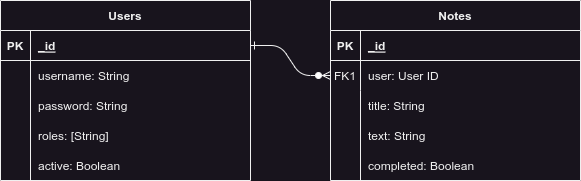
Earlier version of the draw.io export public/images/Meganote ERD.png (hoanglechau/meganote-be). Source tidied: cells renumbered, new cells last; positions are measured from the earlier drawing's top-left corner, leaving out a move shared by most shapes.
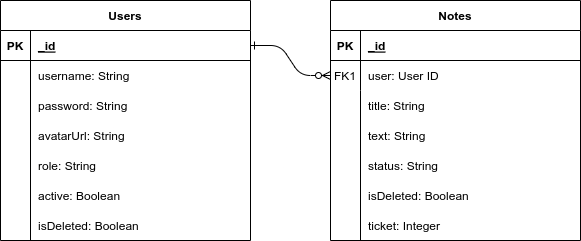
The same file after the commit.

What changed in the source:
```diff
@@ -6,7 +6,7 @@
       <mxGeometry relative="1" as="geometry" />
     </mxCell>
     <mxCell id="3" value="Notes" style="shape=table;startSize=30;rowLines=0;fontStyle=1;align=center;" parent="1" vertex="1">
-      <mxGeometry x="330" width="250" height="180" as="geometry" />
+      <mxGeometry x="330" width="250" height="240" as="geometry" />
     </mxCell>
     <mxCell id="4" style="shape=partialRectangle;fillColor=none;top=0;left=0;right=0;bottom=1;" parent="3" vertex="1">
       <mxGeometry y="30" width="250" height="30" as="geometry" />
@@ -27,16 +27,16 @@
       <mxGeometry x="30" width="220" height="30" as="geometry" />
     </mxCell>
     <mxCell id="10" style="shape=partialRectangle;fillColor=none;top=0;left=0;right=0;bottom=0;" parent="3" vertex="1">
-      <mxGeometry y="90" width="250" height="90" as="geometry" />
+      <mxGeometry y="90" width="250" height="150" as="geometry" />
     </mxCell>
     <mxCell id="11" style="shape=partialRectangle;overflow=hidden;fillColor=none;top=0;left=0;bottom=0;right=0;" parent="10" vertex="1">
-      <mxGeometry width="30" height="90" as="geometry" />
+      <mxGeometry width="30" height="150" as="geometry" />
     </mxCell>
     <mxCell id="12" style="shape=partialRectangle;overflow=hidden;fillColor=none;top=0;left=0;bottom=0;right=0;align=left;spacingLeft=6;" parent="10" vertex="1">
-      <mxGeometry x="30" width="220" height="90" as="geometry" />
+      <mxGeometry x="30" width="220" height="150" as="geometry" />
     </mxCell>
     <mxCell id="13" value="Users" style="shape=table;startSize=30;rowLines=0;fontStyle=1;align=center;" parent="1" vertex="1">
-      <mxGeometry width="250" height="180" as="geometry" />
+      <mxGeometry width="250" height="240" as="geometry" />
     </mxCell>
     <mxCell id="14" style="shape=partialRectangle;fillColor=none;points=[[0,0.5],[1,0.5]];portConstraint=eastwest;top=0;left=0;right=0;bottom=1;" parent="13" vertex="1">
       <mxGeometry y="30" width="250" height="30" as="geometry" />
@@ -48,34 +48,46 @@
       <mxGeometry x="30" width="220" height="30" as="geometry" />
     </mxCell>
     <mxCell id="17" style="shape=partialRectangle;fillColor=none;top=0;left=0;right=0;bottom=0;" parent="13" vertex="1">
-      <mxGeometry y="60" width="250" height="120" as="geometry" />
+      <mxGeometry y="60" width="250" height="180" as="geometry" />
     </mxCell>
     <mxCell id="18" style="shape=partialRectangle;overflow=hidden;fillColor=none;top=0;left=0;bottom=0;right=0;" parent="17" vertex="1">
-      <mxGeometry width="30" height="120" as="geometry" />
+      <mxGeometry width="30" height="180" as="geometry" />
     </mxCell>
     <mxCell id="19" style="shape=partialRectangle;overflow=hidden;fillColor=none;top=0;left=0;bottom=0;right=0;align=left;spacingLeft=6;" parent="17" vertex="1">
-      <mxGeometry x="30" width="220" height="120" as="geometry" />
+      <mxGeometry x="30" width="220" height="180" as="geometry" />
     </mxCell>
     <mxCell id="20" value="password: String" style="shape=partialRectangle;overflow=hidden;fillColor=none;top=0;left=0;bottom=0;right=0;align=left;spacingLeft=6;" parent="1" vertex="1">
       <mxGeometry x="30" y="90" width="220" height="30" as="geometry" />
     </mxCell>
-    <mxCell id="21" value="roles: [String]" style="shape=partialRectangle;overflow=hidden;fillColor=none;top=0;left=0;bottom=0;right=0;align=left;spacingLeft=6;" parent="1" vertex="1">
-      <mxGeometry x="30" y="120" width="220" height="30" as="geometry" />
-    </mxCell>
+    <mxCell id="27" value="avatarUrl: String" style="shape=partialRectangle;overflow=hidden;fillColor=none;top=0;left=0;bottom=0;right=0;align=left;spacingLeft=6;" parent="1" vertex="1">
+      <mxGeometry x="30" y="120" width="220" height="30" as="geometry" />
+    </mxCell>
+    <mxCell id="28" value="role: String" style="shape=partialRectangle;overflow=hidden;fillColor=none;top=0;left=0;bottom=0;right=0;align=left;spacingLeft=6;" parent="1" vertex="1">
+      <mxGeometry x="30" y="150" width="220" height="30" as="geometry" />
+    </mxCell>
+    <mxCell id="23" value="active: Boolean" style="shape=partialRectangle;overflow=hidden;fillColor=none;top=0;left=0;bottom=0;right=0;align=left;spacingLeft=6;" parent="1" vertex="1">
+      <mxGeometry x="30" y="180" width="220" height="30" as="geometry" />
+    </mxCell>
+    <mxCell id="29" value="isDeleted: Boolean" style="shape=partialRectangle;overflow=hidden;fillColor=none;top=0;left=0;bottom=0;right=0;align=left;spacingLeft=6;" parent="1" vertex="1">
+      <mxGeometry x="30" y="210" width="220" height="30" as="geometry" />
+    </mxCell>
     <mxCell id="22" value="username: String" style="shape=partialRectangle;overflow=hidden;fillColor=none;top=0;left=0;bottom=0;right=0;align=left;spacingLeft=6;" parent="1" vertex="1">
       <mxGeometry x="30" y="60" width="220" height="30" as="geometry" />
     </mxCell>
-    <mxCell id="23" value="active: Boolean" style="shape=partialRectangle;overflow=hidden;fillColor=none;top=0;left=0;bottom=0;right=0;align=left;spacingLeft=6;" parent="1" vertex="1">
-      <mxGeometry x="30" y="150" width="220" height="30" as="geometry" />
-    </mxCell>
     <mxCell id="24" value="title: String" style="shape=partialRectangle;overflow=hidden;fillColor=none;top=0;left=0;bottom=0;right=0;align=left;spacingLeft=6;" parent="1" vertex="1">
       <mxGeometry x="360" y="90" width="220" height="30" as="geometry" />
     </mxCell>
     <mxCell id="25" value="text: String" style="shape=partialRectangle;overflow=hidden;fillColor=none;top=0;left=0;bottom=0;right=0;align=left;spacingLeft=6;" parent="1" vertex="1">
       <mxGeometry x="360" y="120" width="220" height="30" as="geometry" />
     </mxCell>
-    <mxCell id="26" value="completed: Boolean" style="shape=partialRectangle;overflow=hidden;fillColor=none;top=0;left=0;bottom=0;right=0;align=left;spacingLeft=6;" parent="1" vertex="1">
-      <mxGeometry x="360" y="150" width="220" height="30" as="geometry" />
-    </mxCell>
+    <mxCell id="30" value="status: String" style="shape=partialRectangle;overflow=hidden;fillColor=none;top=0;left=0;bottom=0;right=0;align=left;spacingLeft=6;" parent="1" vertex="1">
+      <mxGeometry x="360" y="150" width="220" height="30" as="geometry" />
+    </mxCell>
+    <mxCell id="31" value="isDeleted: Boolean" style="shape=partialRectangle;overflow=hidden;fillColor=none;top=0;left=0;bottom=0;right=0;align=left;spacingLeft=6;" parent="1" vertex="1">
+      <mxGeometry x="360" y="180" width="220" height="30" as="geometry" />
+    </mxCell>
+    <mxCell id="32" value="ticket: Integer" style="shape=partialRectangle;overflow=hidden;fillColor=none;top=0;left=0;bottom=0;right=0;align=left;spacingLeft=6;" parent="1" vertex="1">
+      <mxGeometry x="360" y="210" width="220" height="30" as="geometry" />
+    </mxCell>
   </root>
 </mxGraphModel>
```
